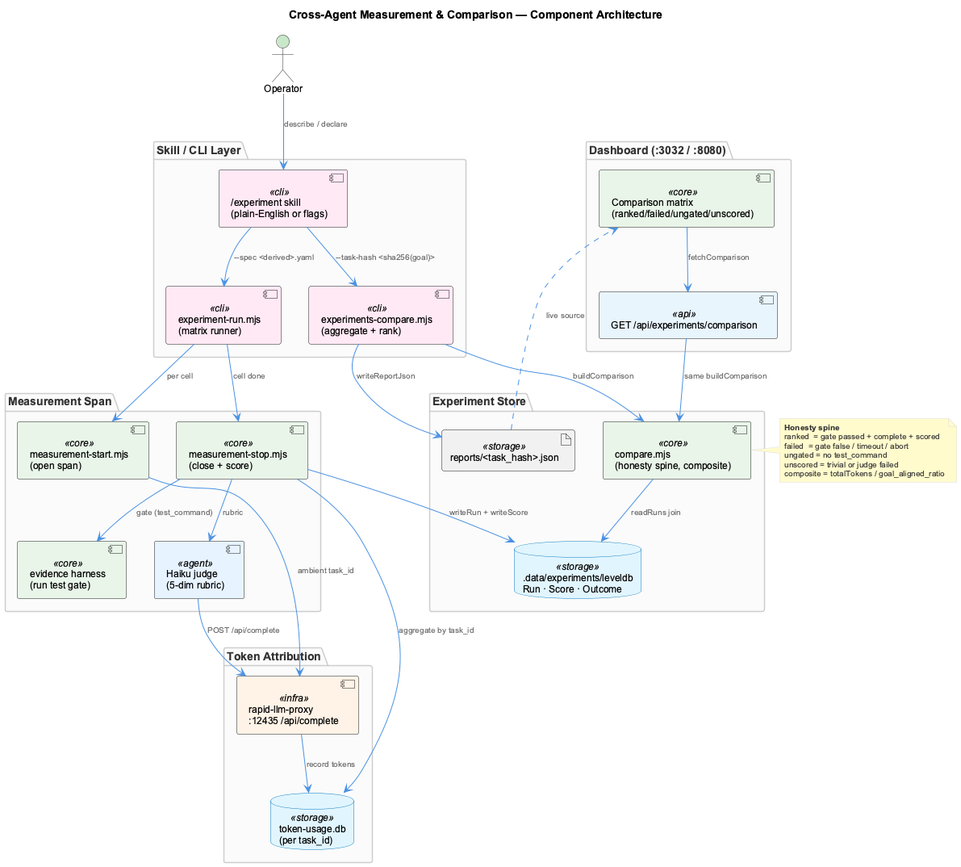
Before: docs/images/experiment-measurement-architecture.png, a diagram exported from PlantUML (fwornle/coding).
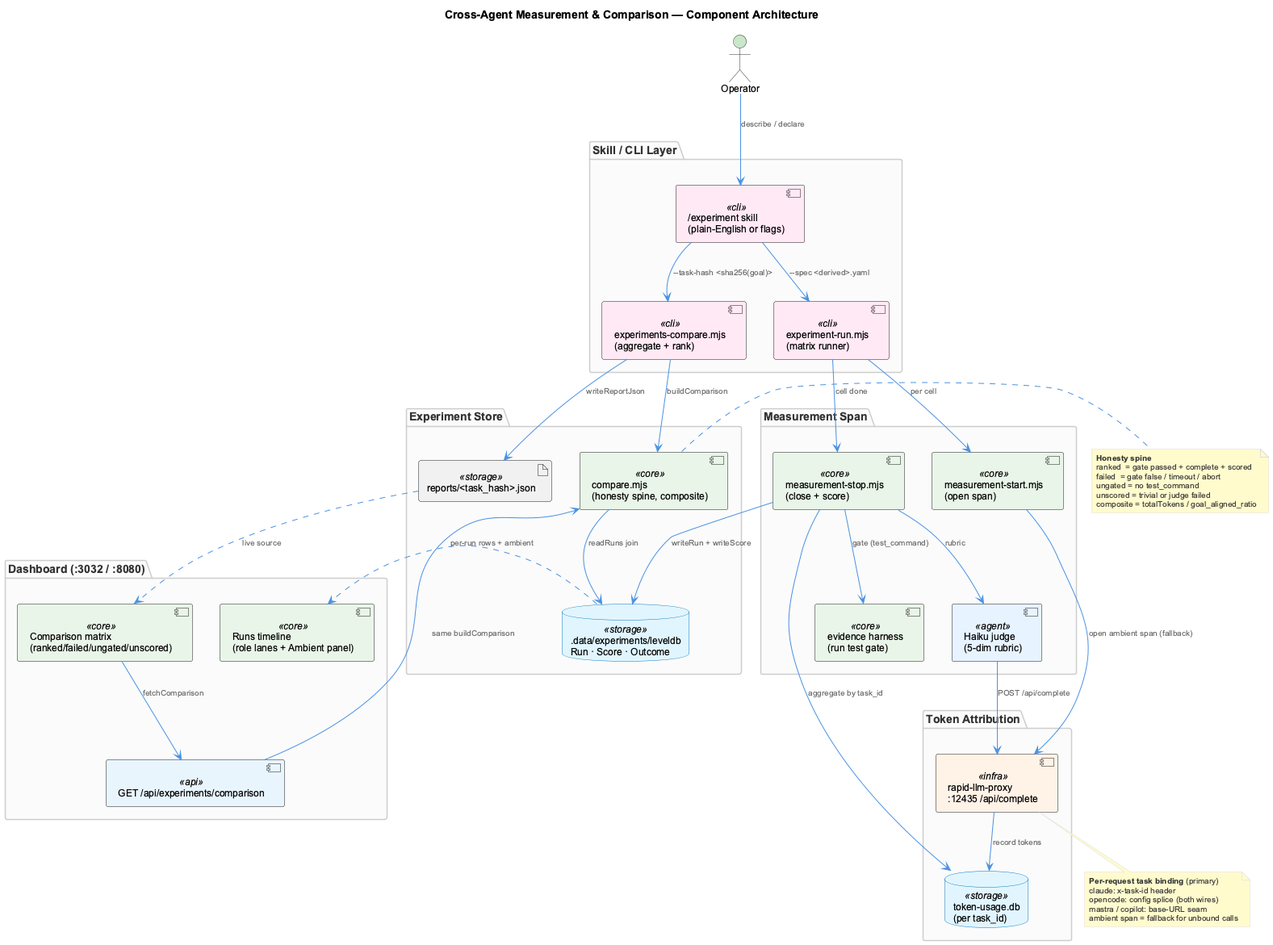
The same diagram one commit later.

The edit, as a diff of the source:
```diff
@@ -33,12 +33,13 @@
 package "Dashboard (:3032 / :8080)" as ui_layer {
   component "GET /api/experiments/comparison" as api <<api>>
   component "Comparison matrix\n(ranked/failed/ungated/unscored)" as matrix <<core>>
+  component "Runs timeline\n(role lanes + Ambient panel)" as timeline <<core>>
 }
 
 op --> skill : describe / declare
 skill --> runner : --spec <derived>.yaml
 runner --> mstart : per cell
-mstart --> proxy : ambient task_id
+mstart --> proxy : open ambient span (fallback)
 proxy --> tokendb : record tokens
 runner --> mstop : cell done
 mstop --> evidence : gate (test_command)
@@ -53,6 +54,15 @@
 api --> compare_lib : same buildComparison
 matrix --> api : fetchComparison
 report ..> matrix : live source
+store ..> timeline : per-run rows + ambient
+
+note bottom of proxy
+  **Per-request task binding** (primary)
+  claude: x-task-id header
+  opencode: config splice (both wires)
+  mastra / copilot: base-URL seam
+  ambient span = fallback for unbound calls
+end note
 
 note right of compare_lib
   **Honesty spine**
```
